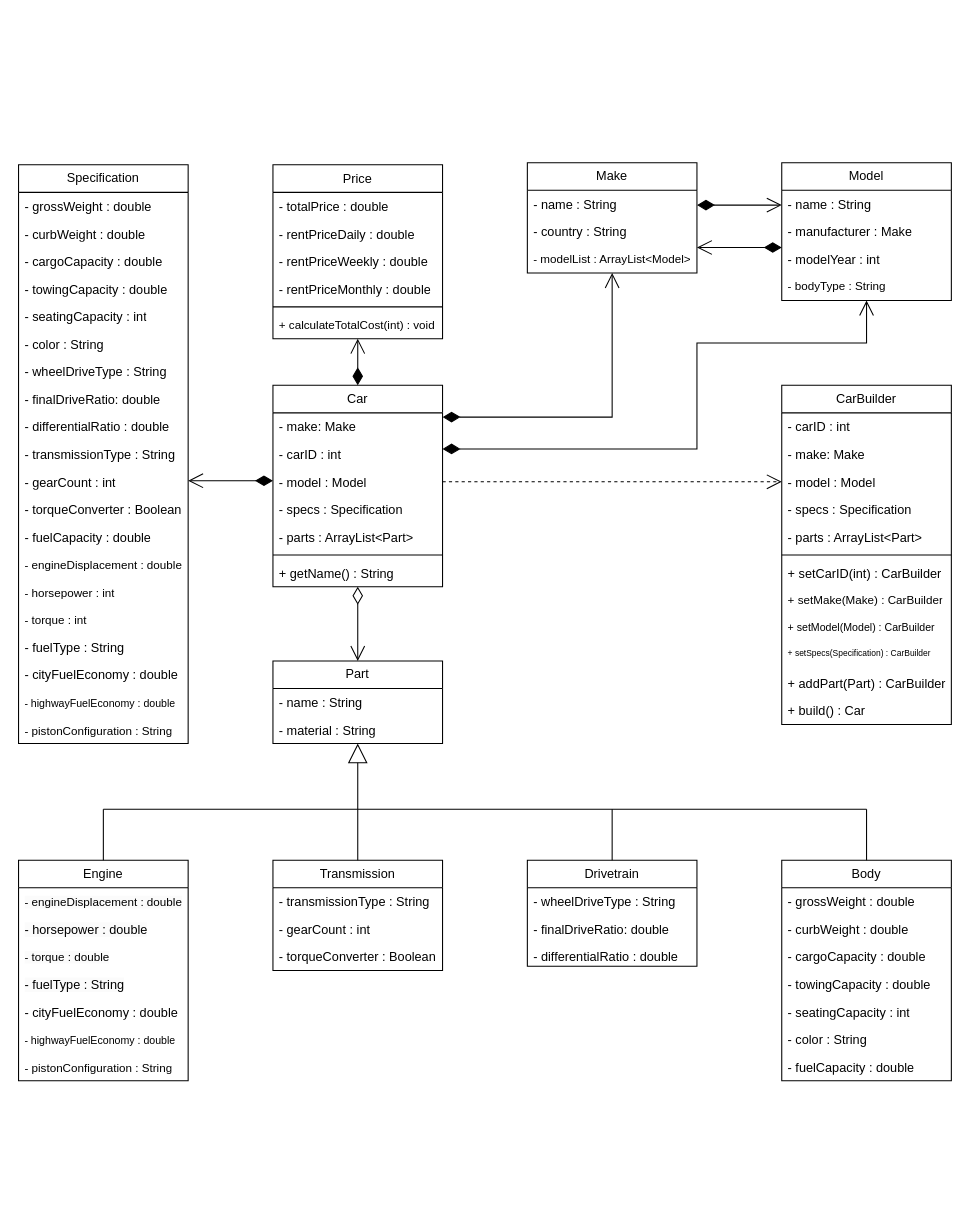
The draw.io diagram src/com/group5/Car/UML/Car_UML.drawio in TheHurricaneCat/CRMS---Add-Company-Name-Here-, before the edit. Source tidied: cells renumbered, new cells numbered last; positions are measured from the earlier drawing's top-left corner, leaving out a move shared by most shapes. Both pictures are drawn from the tidied source at 106%, with x=0, y=0 at pixel (18, 162).
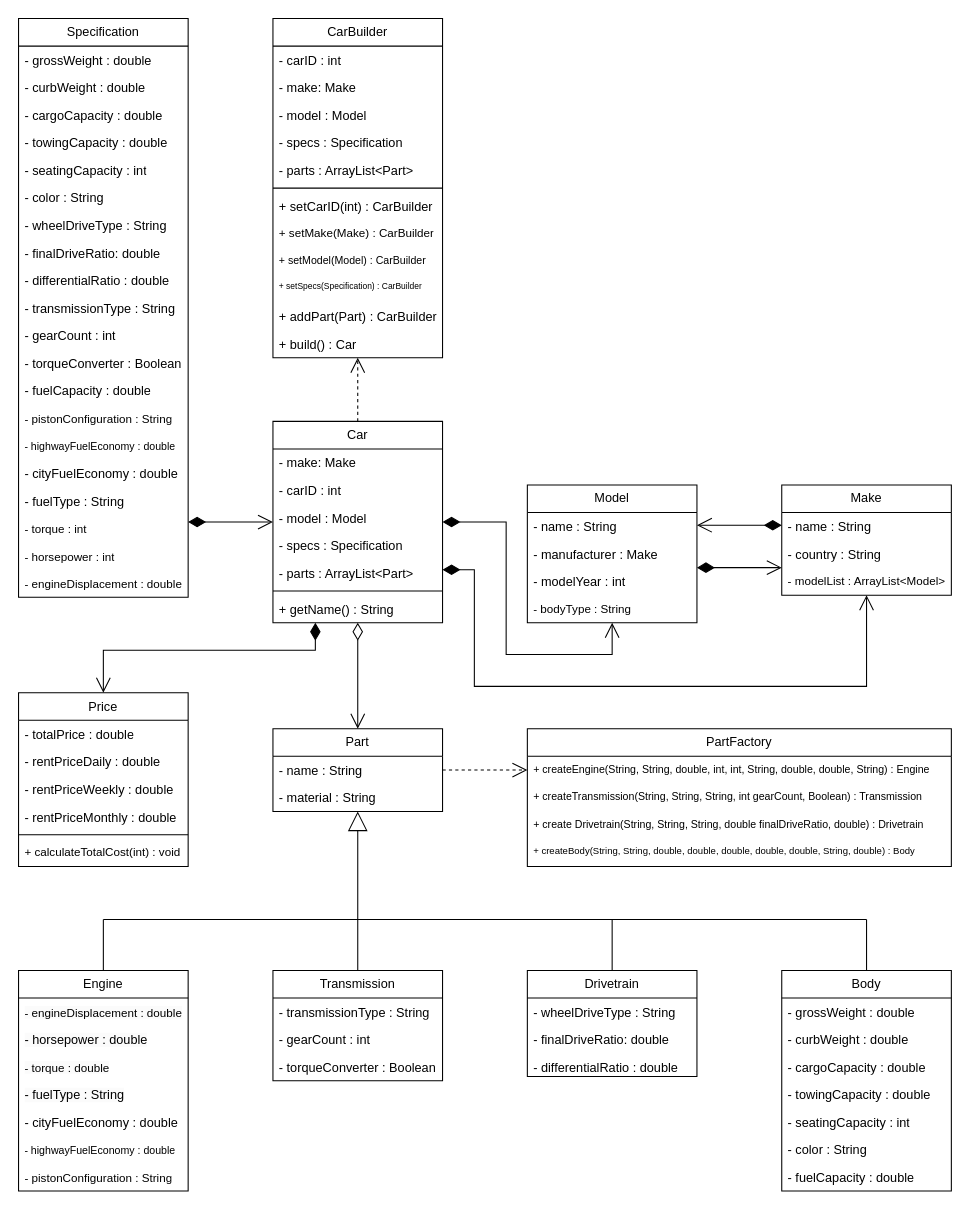
The same page after the edit.

Commit message (it also covers changes not shown here):
Updated Car UML Diagram

Unchanged cells that the change refers to:
```xml
<mxCell id="5" value="- model : Model" style="text;strokeColor=none;fillColor=none;align=left;verticalAlign=top;spacingLeft=4;spacingRight=4;overflow=hidden;points=[[0,0.5],[1,0.5]];portConstraint=eastwest;whiteSpace=wrap;html=1;" parent="2" vertex="1">
  <mxGeometry y="78" width="160" height="26" as="geometry" />
</mxCell>
<mxCell id="32" value="- gearCount : int" style="text;strokeColor=none;fillColor=none;align=left;verticalAlign=top;spacingLeft=4;spacingRight=4;overflow=hidden;points=[[0,0.5],[1,0.5]];portConstraint=eastwest;whiteSpace=wrap;html=1;" parent="21" vertex="1">
  <mxGeometry y="286" width="160" height="26" as="geometry" />
</mxCell>
<mxCell id="45" value="- name : String" style="text;strokeColor=none;fillColor=none;align=left;verticalAlign=top;spacingLeft=4;spacingRight=4;overflow=hidden;points=[[0,0.5],[1,0.5]];portConstraint=eastwest;whiteSpace=wrap;html=1;" parent="44" vertex="1">
  <mxGeometry y="26" width="160" height="26" as="geometry" />
</mxCell>
<mxCell id="89" value="- model : Model" style="text;strokeColor=none;fillColor=none;align=left;verticalAlign=top;spacingLeft=4;spacingRight=4;overflow=hidden;points=[[0,0.5],[1,0.5]];portConstraint=eastwest;whiteSpace=wrap;html=1;" parent="86" vertex="1">
  <mxGeometry y="78" width="160" height="26" as="geometry" />
</mxCell>
```

Diff of the diagram source:
```diff
@@
     <mxCell id="2" value="Car" style="swimlane;fontStyle=0;horizontal=1;startSize=26;fillColor=none;whiteSpace=wrap;html=1;" parent="1" vertex="1">
-      <mxGeometry x="240" y="210" width="160" height="190" as="geometry" />
+      <mxGeometry x="240" y="244" width="160" height="190" as="geometry" />
     </mxCell>
@@
     <mxCell id="10" value="Make" style="swimlane;fontStyle=0;horizontal=1;startSize=26;fillColor=none;whiteSpace=wrap;html=1;" parent="1" vertex="1">
-      <mxGeometry x="480" width="160" height="104" as="geometry" />
+      <mxGeometry x="720" y="304" width="160" height="104" as="geometry" />
     </mxCell>
@@
     <mxCell id="14" value="Model" style="swimlane;fontStyle=0;horizontal=1;startSize=26;fillColor=none;whiteSpace=wrap;html=1;" parent="1" vertex="1">
-      <mxGeometry x="720" width="160" height="130" as="geometry" />
+      <mxGeometry x="480" y="304" width="160" height="130" as="geometry" />
     </mxCell>
@@
     <mxCell id="19" style="endArrow=open;html=1;endSize=12;startArrow=diamondThin;startSize=14;startFill=1;edgeStyle=orthogonalEdgeStyle;align=left;verticalAlign=bottom;rounded=0;" parent="1" edge="1" source="10" target="14">
       <mxGeometry x="-1" y="3" relative="1" as="geometry">
         <Array as="points">
-          <mxPoint x="680" y="40" />
-          <mxPoint x="680" y="40" />
+          <mxPoint x="680" y="342" />
+          <mxPoint x="680" y="342" />
         </Array>
       </mxGeometry>
     </mxCell>
     <mxCell id="20" style="endArrow=open;html=1;endSize=12;startArrow=diamondThin;startSize=14;startFill=1;edgeStyle=orthogonalEdgeStyle;align=left;verticalAlign=bottom;rounded=0;" parent="1" edge="1" source="14" target="10">
       <mxGeometry x="-0.75" y="-1" relative="1" as="geometry">
         <Array as="points">
-          <mxPoint x="670" y="80" />
-          <mxPoint x="670" y="80" />
+          <mxPoint x="670" y="382" />
+          <mxPoint x="670" y="382" />
         </Array>
       </mxGeometry>
     </mxCell>
     <mxCell id="21" value="Specification" style="swimlane;fontStyle=0;horizontal=1;startSize=26;fillColor=none;whiteSpace=wrap;html=1;" parent="1" vertex="1">
-      <mxGeometry y="2" width="160" height="546" as="geometry" />
+      <mxGeometry y="-136" width="160" height="546" as="geometry" />
     </mxCell>
@@
+    <mxCell id="41" value="&lt;span style=&quot;font-size: 11px;&quot;&gt;- pistonConfiguration : String&lt;/span&gt;" style="text;strokeColor=none;fillColor=none;align=left;verticalAlign=top;spacingLeft=4;spacingRight=4;overflow=hidden;whiteSpace=wrap;html=1;" parent="21" vertex="1">
+      <mxGeometry y="364" width="160" height="26" as="geometry" />
+    </mxCell>
+    <mxCell id="40" value="&lt;span style=&quot;font-size: 10px;&quot;&gt;- highwayFuelEconomy : double&lt;/span&gt;" style="text;strokeColor=none;fillColor=none;align=left;verticalAlign=top;spacingLeft=4;spacingRight=4;overflow=hidden;whiteSpace=wrap;html=1;" parent="21" vertex="1">
+      <mxGeometry y="390" width="160" height="26" as="geometry" />
+    </mxCell>
+    <mxCell id="39" value="- cityFuelEconomy : double" style="text;strokeColor=none;fillColor=none;align=left;verticalAlign=top;spacingLeft=4;spacingRight=4;overflow=hidden;whiteSpace=wrap;html=1;" parent="21" vertex="1">
+      <mxGeometry y="416" width="160" height="26" as="geometry" />
+    </mxCell>
+    <mxCell id="38" value="- fuelType : String" style="text;strokeColor=none;fillColor=none;align=left;verticalAlign=top;spacingLeft=4;spacingRight=4;overflow=hidden;whiteSpace=wrap;html=1;" parent="21" vertex="1">
+      <mxGeometry y="442" width="160" height="26" as="geometry" />
+    </mxCell>
+    <mxCell id="37" value="&lt;span style=&quot;font-size: 11px;&quot;&gt;- torque : int&lt;/span&gt;" style="text;strokeColor=none;fillColor=none;align=left;verticalAlign=top;spacingLeft=4;spacingRight=4;overflow=hidden;whiteSpace=wrap;html=1;" parent="21" vertex="1">
+      <mxGeometry y="468" width="160" height="26" as="geometry" />
+    </mxCell>
+    <mxCell id="36" value="&lt;span style=&quot;font-size: 11px;&quot;&gt;- horsepower : int&lt;/span&gt;" style="text;strokeColor=none;fillColor=none;align=left;verticalAlign=top;spacingLeft=4;spacingRight=4;overflow=hidden;whiteSpace=wrap;html=1;" parent="21" vertex="1">
+      <mxGeometry y="494" width="160" height="26" as="geometry" />
+    </mxCell>
     <mxCell id="35" value="&lt;span style=&quot;font-size: 11px;&quot;&gt;- engineDisplacement : double&lt;/span&gt;" style="text;strokeColor=none;fillColor=none;align=left;verticalAlign=top;spacingLeft=4;spacingRight=4;overflow=hidden;whiteSpace=wrap;html=1;" parent="21" vertex="1">
-      <mxGeometry y="364" width="160" height="26" as="geometry" />
+      <mxGeometry y="520" width="160" height="26" as="geometry" />
     </mxCell>
-    <mxCell id="36" value="&lt;span style=&quot;font-size: 11px;&quot;&gt;- horsepower : int&lt;/span&gt;" style="text;strokeColor=none;fillColor=none;align=left;verticalAlign=top;spacingLeft=4;spacingRight=4;overflow=hidden;whiteSpace=wrap;html=1;" parent="21" vertex="1">
-      <mxGeometry y="390" width="160" height="26" as="geometry" />
-    </mxCell>
-    <mxCell id="37" value="&lt;span style=&quot;font-size: 11px;&quot;&gt;- torque : int&lt;/span&gt;" style="text;strokeColor=none;fillColor=none;align=left;verticalAlign=top;spacingLeft=4;spacingRight=4;overflow=hidden;whiteSpace=wrap;html=1;" parent="21" vertex="1">
-      <mxGeometry y="416" width="160" height="26" as="geometry" />
-    </mxCell>
-    <mxCell id="38" value="- fuelType : String" style="text;strokeColor=none;fillColor=none;align=left;verticalAlign=top;spacingLeft=4;spacingRight=4;overflow=hidden;whiteSpace=wrap;html=1;" parent="21" vertex="1">
-      <mxGeometry y="442" width="160" height="26" as="geometry" />
-    </mxCell>
-    <mxCell id="39" value="- cityFuelEconomy : double" style="text;strokeColor=none;fillColor=none;align=left;verticalAlign=top;spacingLeft=4;spacingRight=4;overflow=hidden;whiteSpace=wrap;html=1;" parent="21" vertex="1">
-      <mxGeometry y="468" width="160" height="26" as="geometry" />
-    </mxCell>
-    <mxCell id="40" value="&lt;span style=&quot;font-size: 10px;&quot;&gt;- highwayFuelEconomy : double&lt;/span&gt;" style="text;strokeColor=none;fillColor=none;align=left;verticalAlign=top;spacingLeft=4;spacingRight=4;overflow=hidden;whiteSpace=wrap;html=1;" parent="21" vertex="1">
-      <mxGeometry y="494" width="160" height="26" as="geometry" />
-    </mxCell>
-    <mxCell id="41" value="&lt;span style=&quot;font-size: 11px;&quot;&gt;- pistonConfiguration : String&lt;/span&gt;" style="text;strokeColor=none;fillColor=none;align=left;verticalAlign=top;spacingLeft=4;spacingRight=4;overflow=hidden;whiteSpace=wrap;html=1;" parent="21" vertex="1">
-      <mxGeometry y="520" width="160" height="26" as="geometry" />
-    </mxCell>
     <mxCell id="42" style="endArrow=open;html=1;endSize=12;startArrow=diamondThin;startSize=14;startFill=1;edgeStyle=orthogonalEdgeStyle;align=left;verticalAlign=bottom;rounded=0;" parent="1" edge="1" source="2" target="10">
       <mxGeometry x="-1" y="3" relative="1" as="geometry">
         <Array as="points">
-          <mxPoint x="560" y="240" />
+          <mxPoint x="430" y="384" />
+          <mxPoint x="430" y="494" />
+          <mxPoint x="800" y="494" />
         </Array>
       </mxGeometry>
     </mxCell>
     <mxCell id="43" style="endArrow=open;html=1;endSize=12;startArrow=diamondThin;startSize=14;startFill=1;edgeStyle=orthogonalEdgeStyle;align=left;verticalAlign=bottom;rounded=0;" parent="1" edge="1" source="2" target="14">
       <mxGeometry x="-1" y="3" relative="1" as="geometry">
         <Array as="points">
-          <mxPoint x="640" y="270" />
-          <mxPoint x="640" y="170" />
-          <mxPoint x="800" y="170" />
+          <mxPoint x="460" y="339" />
+          <mxPoint x="460" y="464" />
+          <mxPoint x="560" y="464" />
         </Array>
       </mxGeometry>
     </mxCell>
     <mxCell id="44" value="Part" style="swimlane;fontStyle=0;horizontal=1;startSize=26;fillColor=none;whiteSpace=wrap;html=1;" parent="1" vertex="1">
-      <mxGeometry x="240" y="470" width="160" height="78" as="geometry" />
+      <mxGeometry x="240" y="534" width="160" height="78" as="geometry" />
     </mxCell>
@@
     <mxCell id="47" style="endArrow=open;html=1;endSize=12;startArrow=diamondThin;startSize=14;startFill=0;edgeStyle=orthogonalEdgeStyle;align=left;verticalAlign=bottom;rounded=0;" parent="1" edge="1" source="2" target="44">
-      <mxGeometry x="-1" y="3" relative="1" as="geometry" />
+      <mxGeometry x="-1" y="3" relative="1" as="geometry">
+        <Array as="points">
+          <mxPoint x="320" y="514" />
+          <mxPoint x="320" y="514" />
+        </Array>
+      </mxGeometry>
     </mxCell>
     <mxCell id="48" value="Engine" style="swimlane;fontStyle=0;horizontal=1;startSize=26;fillColor=none;whiteSpace=wrap;html=1;" parent="1" vertex="1">
-      <mxGeometry y="658" width="160" height="208" as="geometry" />
+      <mxGeometry y="762" width="160" height="208" as="geometry" />
     </mxCell>
@@
     <mxCell id="56" value="Transmission" style="swimlane;fontStyle=0;horizontal=1;startSize=26;fillColor=none;whiteSpace=wrap;html=1;" parent="1" vertex="1">
-      <mxGeometry x="240" y="658" width="160" height="104" as="geometry" />
+      <mxGeometry x="240" y="762" width="160" height="104" as="geometry" />
     </mxCell>
@@
     <mxCell id="60" style="endArrow=block;endSize=16;endFill=0;html=1;rounded=0;" parent="1" edge="1" target="44">
       <mxGeometry relative="1" as="geometry">
-        <mxPoint x="320" y="610" as="sourcePoint" />
+        <mxPoint x="320" y="714" as="sourcePoint" />
       </mxGeometry>
     </mxCell>
     <mxCell id="61" style="endArrow=none;html=1;rounded=0;" parent="1" edge="1">
       <mxGeometry relative="1" as="geometry">
-        <mxPoint x="80" y="610" as="sourcePoint" />
-        <mxPoint x="800" y="610" as="targetPoint" />
+        <mxPoint x="80" y="714" as="sourcePoint" />
+        <mxPoint x="800" y="714" as="targetPoint" />
       </mxGeometry>
     </mxCell>
     <mxCell id="62" style="endArrow=none;html=1;rounded=0;" parent="1" edge="1" source="48">
       <mxGeometry relative="1" as="geometry">
-        <mxPoint x="80" y="610" as="targetPoint" />
+        <mxPoint x="80" y="714" as="targetPoint" />
       </mxGeometry>
     </mxCell>
     <mxCell id="63" style="endArrow=none;html=1;rounded=0;" parent="1" edge="1" source="56">
       <mxGeometry relative="1" as="geometry">
-        <mxPoint x="320" y="610" as="targetPoint" />
+        <mxPoint x="320" y="714" as="targetPoint" />
       </mxGeometry>
     </mxCell>
     <mxCell id="64" value="Drivetrain" style="swimlane;fontStyle=0;horizontal=1;startSize=26;fillColor=none;whiteSpace=wrap;html=1;" parent="1" vertex="1">
-      <mxGeometry x="480" y="658" width="160" height="100" as="geometry" />
+      <mxGeometry x="480" y="762" width="160" height="100" as="geometry" />
     </mxCell>
@@
     <mxCell id="68" style="endArrow=none;html=1;rounded=0;" parent="1" edge="1" source="64">
       <mxGeometry relative="1" as="geometry">
-        <mxPoint x="560" y="610" as="targetPoint" />
+        <mxPoint x="560" y="714" as="targetPoint" />
       </mxGeometry>
     </mxCell>
     <mxCell id="69" value="Body" style="swimlane;fontStyle=0;horizontal=1;startSize=26;fillColor=none;whiteSpace=wrap;html=1;" parent="1" vertex="1">
-      <mxGeometry x="720" y="658" width="160" height="208" as="geometry" />
+      <mxGeometry x="720" y="762" width="160" height="208" as="geometry" />
     </mxCell>
@@
     <mxCell id="77" style="endArrow=none;html=1;rounded=0;" parent="1" edge="1" source="69">
       <mxGeometry relative="1" as="geometry">
-        <mxPoint x="800" y="610" as="targetPoint" />
+        <mxPoint x="800" y="714" as="targetPoint" />
       </mxGeometry>
     </mxCell>
     <mxCell id="78" value="Price" style="swimlane;fontStyle=0;align=center;verticalAlign=top;horizontal=1;startSize=26;whiteSpace=wrap;html=1;" parent="1" vertex="1">
-      <mxGeometry x="240" y="2" width="160" height="164" as="geometry" />
+      <mxGeometry y="500" width="160" height="164" as="geometry" />
     </mxCell>
@@
     <mxCell id="85" style="endArrow=open;html=1;endSize=12;startArrow=diamondThin;startSize=14;startFill=1;edgeStyle=orthogonalEdgeStyle;align=left;verticalAlign=bottom;rounded=0;" parent="1" edge="1" source="2" target="78">
-      <mxGeometry x="-1" y="3" relative="1" as="geometry" />
+      <mxGeometry x="-1" y="3" relative="1" as="geometry">
+        <Array as="points">
+          <mxPoint x="280" y="460" />
+          <mxPoint x="80" y="460" />
+        </Array>
+      </mxGeometry>
     </mxCell>
     <mxCell id="86" value="CarBuilder" style="swimlane;fontStyle=0;horizontal=1;startSize=26;fillColor=none;whiteSpace=wrap;html=1;" parent="1" vertex="1">
-      <mxGeometry x="720" y="210" width="160" height="320" as="geometry" />
+      <mxGeometry x="240" y="-136" width="160" height="320" as="geometry" />
     </mxCell>
@@
-    <mxCell id="99" style="endArrow=open;endSize=12;dashed=1;html=1;rounded=0;" parent="1" edge="1" source="5" target="89">
-      <mxGeometry relative="1" as="geometry" />
-    </mxCell>
-    <mxCell id="100" style="endArrow=open;html=1;endSize=12;startArrow=diamondThin;startSize=14;startFill=1;edgeStyle=orthogonalEdgeStyle;align=left;verticalAlign=bottom;rounded=0;" parent="1" edge="1" source="2" target="32">
-      <mxGeometry x="-1" y="3" relative="1" as="geometry">
-        <Array as="points">
-          <mxPoint x="220" y="300" />
-          <mxPoint x="220" y="300" />
-        </Array>
-      </mxGeometry>
-    </mxCell>
+    <mxCell id="101" value="PartFactory" style="swimlane;fontStyle=0;horizontal=1;startSize=26;fillColor=none;whiteSpace=wrap;html=1;" parent="1" vertex="1">
+      <mxGeometry x="480" y="534" width="400" height="130" as="geometry" />
+    </mxCell>
+    <mxCell id="102" value="+ createEngine(String, String, double, int, int, String, double, double, String) : Engine" style="text;strokeColor=none;fillColor=none;align=left;verticalAlign=top;spacingLeft=4;spacingRight=4;overflow=hidden;points=[[0,0.5],[1,0.5]];portConstraint=eastwest;whiteSpace=wrap;html=1;fontSize=10;" parent="101" vertex="1">
+      <mxGeometry y="26" width="400" height="26" as="geometry" />
+    </mxCell>
+    <mxCell id="103" value="+ createTransmission(String, String, String, int gearCount, Boolean) : Transmission" style="text;strokeColor=none;fillColor=none;align=left;verticalAlign=top;spacingLeft=4;spacingRight=4;overflow=hidden;whiteSpace=wrap;html=1;fontSize=10;" parent="101" vertex="1">
+      <mxGeometry y="52" width="400" height="26" as="geometry" />
+    </mxCell>
+    <mxCell id="104" value="+ create&amp;nbsp;Drivetrain(String, String, String, double finalDriveRatio, double) : Drivetrain" style="text;strokeColor=none;fillColor=none;align=left;verticalAlign=top;spacingLeft=4;spacingRight=4;overflow=hidden;whiteSpace=wrap;html=1;fontSize=10;" parent="101" vertex="1">
+      <mxGeometry y="78" width="400" height="26" as="geometry" />
+    </mxCell>
+    <mxCell id="105" value="+ createBody(String, String, double, double, double, double, double, String, double) : Body" style="text;strokeColor=none;fillColor=none;align=left;verticalAlign=top;spacingLeft=4;spacingRight=4;overflow=hidden;whiteSpace=wrap;html=1;fontSize=9;" parent="101" vertex="1">
+      <mxGeometry y="104" width="400" height="26" as="geometry" />
+    </mxCell>
+    <mxCell id="106" style="endArrow=open;endSize=12;dashed=1;html=1;rounded=0;" parent="1" edge="1" source="45" target="102">
+      <mxGeometry relative="1" as="geometry" />
+    </mxCell>
+    <mxCell id="107" style="endArrow=open;html=1;endSize=12;startArrow=diamondThin;startSize=14;startFill=1;edgeStyle=orthogonalEdgeStyle;align=left;verticalAlign=bottom;rounded=0;" parent="1" edge="1" source="21" target="2">
+      <mxGeometry x="-1" y="3" relative="1" as="geometry">
+        <Array as="points">
+          <mxPoint x="180" y="339" />
+          <mxPoint x="180" y="339" />
+        </Array>
+      </mxGeometry>
+    </mxCell>
+    <mxCell id="108" style="endArrow=open;endSize=12;dashed=1;html=1;rounded=0;" parent="1" edge="1" source="2" target="86">
+      <mxGeometry relative="1" as="geometry" />
+    </mxCell>
```
